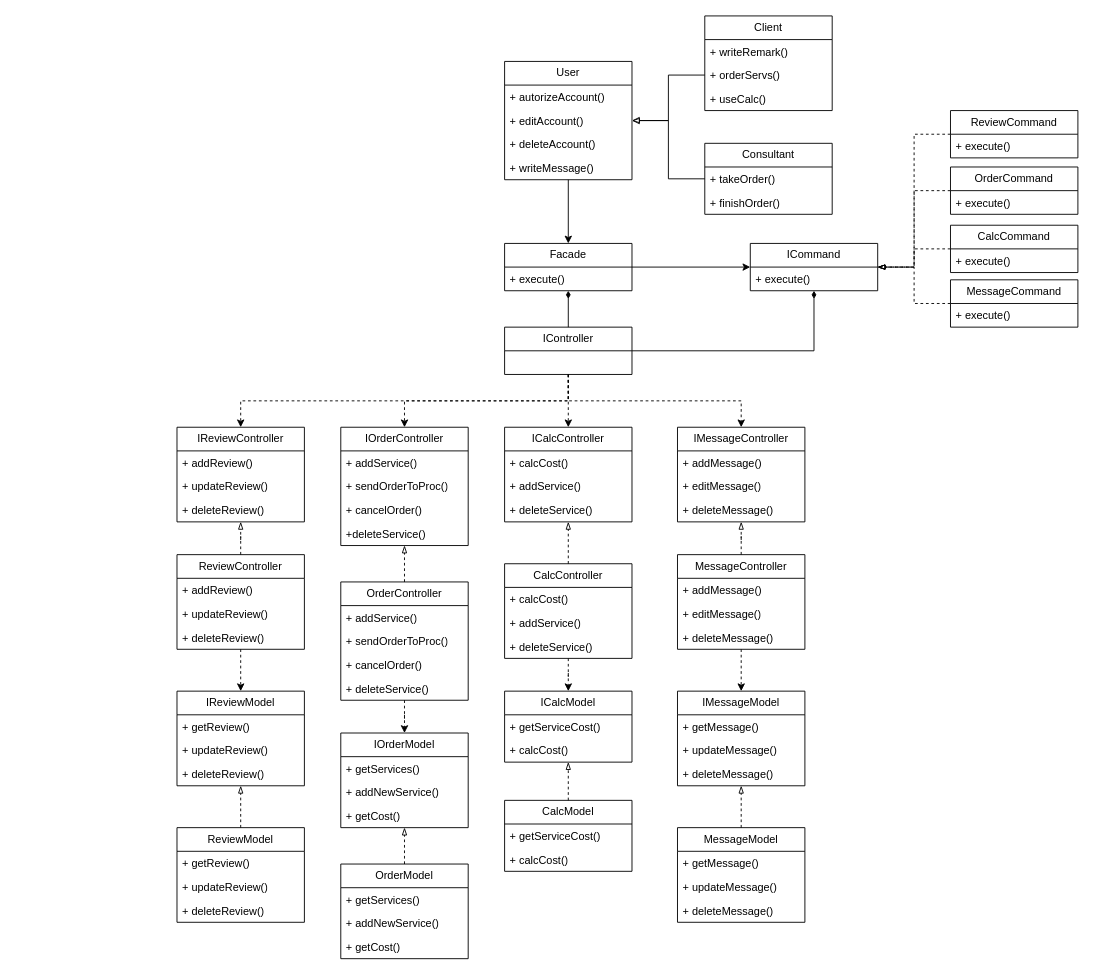
DaniilGGuY/PPO_labs keeps this draw.io diagram as doc/diagrams/classes.drawio. Above is the earlier version. Source tidied: cells renumbered, new cells numbered last; positions are measured from the earlier drawing's top-left corner, leaving out a move shared by most shapes. Both pictures are drawn from the tidied source at 91%, with x=0, y=0 at pixel (177, 15).
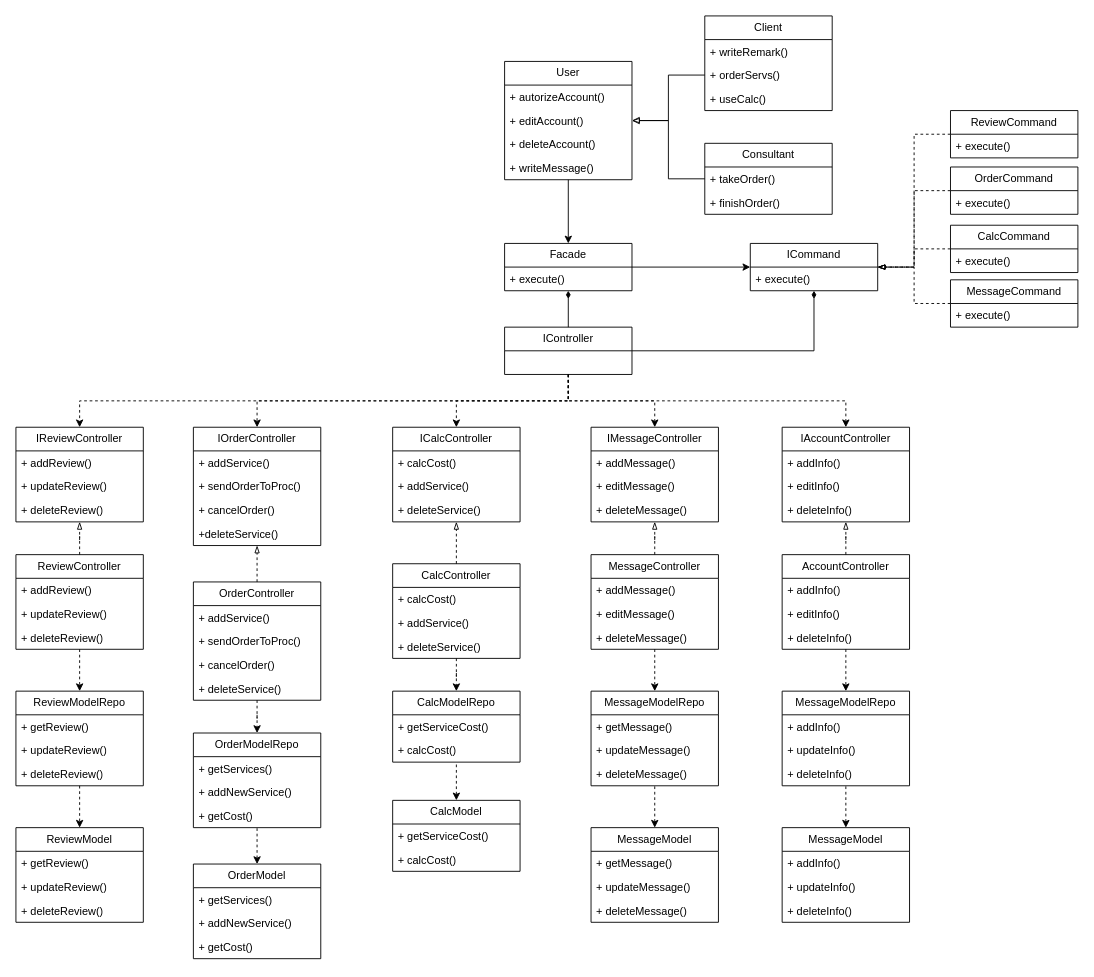
The same diagram, later.

Unchanged cells that the change refers to:
```xml
<mxCell id="21" value="IController" style="swimlane;fontStyle=0;horizontal=1;startSize=26;fillColor=none;whiteSpace=wrap;html=1;" parent="1" vertex="1">
  <mxGeometry x="360" y="342" width="140" height="52" as="geometry" />
</mxCell>
```

Change to the diagram source:
```diff
@@
+    <mxCell id="117" style="edgeStyle=orthogonalEdgeStyle;rounded=0;jettySize=auto;html=1;exitX=0.5;exitY=1;exitDx=0;exitDy=0;entryX=0.5;entryY=0;entryDx=0;entryDy=0;dashed=1;" parent="1" edge="1" source="21" target="119">
+      <mxGeometry relative="1" as="geometry" />
+    </mxCell>
@@
     <mxCell id="22" value="IReviewController" style="swimlane;fontStyle=0;horizontal=1;startSize=26;fillColor=none;whiteSpace=wrap;html=1;" parent="1" vertex="1">
-      <mxGeometry y="452" width="140" height="104" as="geometry" />
+      <mxGeometry x="-177" y="452" width="140" height="104" as="geometry" />
     </mxCell>
@@
     <mxCell id="28" value="ReviewController" style="swimlane;fontStyle=0;horizontal=1;startSize=26;fillColor=none;whiteSpace=wrap;html=1;" parent="1" vertex="1">
-      <mxGeometry y="592" width="140" height="104" as="geometry" />
+      <mxGeometry x="-177" y="592" width="140" height="104" as="geometry" />
     </mxCell>
@@
+    <mxCell id="118" style="edgeStyle=orthogonalEdgeStyle;rounded=0;jettySize=auto;html=1;dashed=1;" parent="1" edge="1" source="32" target="37">
+      <mxGeometry relative="1" as="geometry" />
+    </mxCell>
-    <mxCell id="32" value="IReviewModel" style="swimlane;fontStyle=0;horizontal=1;startSize=26;fillColor=none;whiteSpace=wrap;html=1;" parent="1" vertex="1">
-      <mxGeometry y="742" width="140" height="104" as="geometry" />
+    <mxCell id="32" value="ReviewModelRepo" style="swimlane;fontStyle=0;horizontal=1;startSize=26;fillColor=none;whiteSpace=wrap;html=1;" parent="1" vertex="1">
+      <mxGeometry x="-177" y="742" width="140" height="104" as="geometry" />
     </mxCell>
@@
-    <mxCell id="36" style="edgeStyle=orthogonalEdgeStyle;rounded=0;jettySize=auto;html=1;exitX=0.5;exitY=0;exitDx=0;exitDy=0;endArrow=blockThin;endFill=0;dashed=1;" parent="1" edge="1" source="37" target="32">
-      <mxGeometry relative="1" as="geometry" />
-    </mxCell>
     <mxCell id="37" value="ReviewModel" style="swimlane;fontStyle=0;horizontal=1;startSize=26;fillColor=none;whiteSpace=wrap;html=1;" parent="1" vertex="1">
-      <mxGeometry y="892" width="140" height="104" as="geometry" />
+      <mxGeometry x="-177" y="892" width="140" height="104" as="geometry" />
     </mxCell>
@@
     <mxCell id="41" value="IOrderController" style="swimlane;fontStyle=0;horizontal=1;startSize=26;fillColor=none;whiteSpace=wrap;html=1;" parent="1" vertex="1">
-      <mxGeometry x="180" y="452" width="140" height="130" as="geometry" />
+      <mxGeometry x="18" y="452" width="140" height="130" as="geometry" />
     </mxCell>
@@
     <mxCell id="48" value="OrderController" style="swimlane;fontStyle=0;horizontal=1;startSize=26;fillColor=none;whiteSpace=wrap;html=1;" parent="1" vertex="1">
-      <mxGeometry x="180" y="622" width="140" height="130" as="geometry" />
+      <mxGeometry x="18" y="622" width="140" height="130" as="geometry" />
     </mxCell>
@@
-    <mxCell id="53" value="IOrderModel" style="swimlane;fontStyle=0;horizontal=1;startSize=26;fillColor=none;whiteSpace=wrap;html=1;" parent="1" vertex="1">
-      <mxGeometry x="180" y="788" width="140" height="104" as="geometry" />
+    <mxCell id="53" value="OrderModelRepo" style="swimlane;fontStyle=0;horizontal=1;startSize=26;fillColor=none;whiteSpace=wrap;html=1;" parent="1" vertex="1">
+      <mxGeometry x="18" y="788" width="140" height="104" as="geometry" />
     </mxCell>
@@
-    <mxCell id="57" style="edgeStyle=orthogonalEdgeStyle;rounded=0;jettySize=auto;html=1;entryX=0.5;entryY=1;entryDx=0;entryDy=0;dashed=1;endArrow=blockThin;endFill=0;" parent="1" edge="1" source="58" target="53">
+    <mxCell id="57" style="edgeStyle=orthogonalEdgeStyle;rounded=0;jettySize=auto;html=1;entryX=0.5;entryY=1;entryDx=0;entryDy=0;dashed=1;endArrow=none;endFill=0;startArrow=classic;startFill=1;" parent="1" edge="1" source="58" target="53">
       <mxGeometry relative="1" as="geometry" />
     </mxCell>
     <mxCell id="58" value="OrderModel" style="swimlane;fontStyle=0;horizontal=1;startSize=26;fillColor=none;whiteSpace=wrap;html=1;" parent="1" vertex="1">
-      <mxGeometry x="180" y="932" width="140" height="104" as="geometry" />
+      <mxGeometry x="18" y="932" width="140" height="104" as="geometry" />
     </mxCell>
@@
     <mxCell id="62" value="ICalcController" style="swimlane;fontStyle=0;horizontal=1;startSize=26;fillColor=none;whiteSpace=wrap;html=1;" parent="1" vertex="1">
-      <mxGeometry x="360" y="452" width="140" height="104" as="geometry" />
+      <mxGeometry x="237" y="452" width="140" height="104" as="geometry" />
     </mxCell>
@@
     <mxCell id="68" value="&lt;div&gt;CalcController&lt;/div&gt;" style="swimlane;fontStyle=0;horizontal=1;startSize=26;fillColor=none;whiteSpace=wrap;html=1;" parent="1" vertex="1">
-      <mxGeometry x="360" y="602" width="140" height="104" as="geometry" />
+      <mxGeometry x="237" y="602" width="140" height="104" as="geometry" />
     </mxCell>
@@
-    <mxCell id="72" value="ICalcModel" style="swimlane;fontStyle=0;horizontal=1;startSize=26;fillColor=none;whiteSpace=wrap;html=1;" parent="1" vertex="1">
-      <mxGeometry x="360" y="742" width="140" height="78" as="geometry" />
+    <mxCell id="72" value="CalcModelRepo" style="swimlane;fontStyle=0;horizontal=1;startSize=26;fillColor=none;whiteSpace=wrap;html=1;" parent="1" vertex="1">
+      <mxGeometry x="237" y="742" width="140" height="78" as="geometry" />
     </mxCell>
@@
-    <mxCell id="75" style="edgeStyle=orthogonalEdgeStyle;rounded=0;jettySize=auto;html=1;exitX=0.5;exitY=0;exitDx=0;exitDy=0;dashed=1;endArrow=blockThin;endFill=0;" parent="1" edge="1" source="76" target="72">
+    <mxCell id="75" style="edgeStyle=orthogonalEdgeStyle;rounded=0;jettySize=auto;html=1;exitX=0.5;exitY=0;exitDx=0;exitDy=0;dashed=1;endArrow=none;endFill=0;startArrow=classic;startFill=1;" parent="1" edge="1" source="76" target="72">
       <mxGeometry relative="1" as="geometry" />
     </mxCell>
     <mxCell id="76" value="&lt;div&gt;CalcModel&lt;/div&gt;" style="swimlane;fontStyle=0;horizontal=1;startSize=26;fillColor=none;whiteSpace=wrap;html=1;" parent="1" vertex="1">
-      <mxGeometry x="360" y="862" width="140" height="78" as="geometry" />
+      <mxGeometry x="237" y="862" width="140" height="78" as="geometry" />
     </mxCell>
@@
     <mxCell id="79" value="IMessageController" style="swimlane;fontStyle=0;horizontal=1;startSize=26;fillColor=none;whiteSpace=wrap;html=1;" parent="1" vertex="1">
-      <mxGeometry x="550" y="452" width="140" height="104" as="geometry" />
+      <mxGeometry x="455" y="452" width="140" height="104" as="geometry" />
     </mxCell>
@@
     <mxCell id="85" value="MessageController" style="swimlane;fontStyle=0;horizontal=1;startSize=26;fillColor=none;whiteSpace=wrap;html=1;" parent="1" vertex="1">
-      <mxGeometry x="550" y="592" width="140" height="104" as="geometry" />
+      <mxGeometry x="455" y="592" width="140" height="104" as="geometry" />
     </mxCell>
@@
-    <mxCell id="89" value="IMessageModel" style="swimlane;fontStyle=0;horizontal=1;startSize=26;fillColor=none;whiteSpace=wrap;html=1;" parent="1" vertex="1">
-      <mxGeometry x="550" y="742" width="140" height="104" as="geometry" />
+    <mxCell id="89" value="MessageModelRepo" style="swimlane;fontStyle=0;horizontal=1;startSize=26;fillColor=none;whiteSpace=wrap;html=1;" parent="1" vertex="1">
+      <mxGeometry x="455" y="742" width="140" height="104" as="geometry" />
     </mxCell>
@@
-    <mxCell id="93" style="edgeStyle=orthogonalEdgeStyle;rounded=0;jettySize=auto;html=1;exitX=0.5;exitY=0;exitDx=0;exitDy=0;endArrow=blockThin;endFill=0;dashed=1;" parent="1" edge="1" source="94" target="89">
+    <mxCell id="93" style="edgeStyle=orthogonalEdgeStyle;rounded=0;jettySize=auto;html=1;exitX=0.5;exitY=0;exitDx=0;exitDy=0;endArrow=none;endFill=0;dashed=1;startArrow=classic;startFill=1;" parent="1" edge="1" source="94" target="89">
       <mxGeometry relative="1" as="geometry" />
     </mxCell>
     <mxCell id="94" value="MessageModel" style="swimlane;fontStyle=0;horizontal=1;startSize=26;fillColor=none;whiteSpace=wrap;html=1;" parent="1" vertex="1">
-      <mxGeometry x="550" y="892" width="140" height="104" as="geometry" />
+      <mxGeometry x="455" y="892" width="140" height="104" as="geometry" />
     </mxCell>
@@
+    <mxCell id="119" value="IAccountController" style="swimlane;fontStyle=0;horizontal=1;startSize=26;fillColor=none;whiteSpace=wrap;html=1;" parent="1" vertex="1">
+      <mxGeometry x="665" y="452" width="140" height="104" as="geometry" />
+    </mxCell>
+    <mxCell id="120" value="+ addInfo()" style="text;strokeColor=none;fillColor=none;align=left;verticalAlign=top;spacingLeft=4;spacingRight=4;overflow=hidden;whiteSpace=wrap;html=1;" parent="119" vertex="1">
+      <mxGeometry y="26" width="140" height="26" as="geometry" />
+    </mxCell>
+    <mxCell id="121" value="+ editInfo()" style="text;strokeColor=none;fillColor=none;align=left;verticalAlign=top;spacingLeft=4;spacingRight=4;overflow=hidden;whiteSpace=wrap;html=1;" parent="119" vertex="1">
+      <mxGeometry y="52" width="140" height="26" as="geometry" />
+    </mxCell>
+    <mxCell id="122" value="+ deleteInfo()" style="text;strokeColor=none;fillColor=none;align=left;verticalAlign=top;spacingLeft=4;spacingRight=4;overflow=hidden;whiteSpace=wrap;html=1;" parent="119" vertex="1">
+      <mxGeometry y="78" width="140" height="26" as="geometry" />
+    </mxCell>
+    <mxCell id="123" style="edgeStyle=orthogonalEdgeStyle;rounded=0;jettySize=auto;html=1;exitX=0.5;exitY=0;exitDx=0;exitDy=0;dashed=1;endArrow=blockThin;endFill=0;" parent="1" edge="1" source="125" target="119">
+      <mxGeometry relative="1" as="geometry" />
+    </mxCell>
+    <mxCell id="124" style="edgeStyle=orthogonalEdgeStyle;rounded=0;jettySize=auto;html=1;exitX=0.5;exitY=1;exitDx=0;exitDy=0;dashed=1;" parent="1" edge="1" source="125" target="129">
+      <mxGeometry relative="1" as="geometry" />
+    </mxCell>
+    <mxCell id="125" value="AccountController" style="swimlane;fontStyle=0;horizontal=1;startSize=26;fillColor=none;whiteSpace=wrap;html=1;" parent="1" vertex="1">
+      <mxGeometry x="665" y="592" width="140" height="104" as="geometry" />
+    </mxCell>
+    <mxCell id="126" value="+ addInfo()" style="text;strokeColor=none;fillColor=none;align=left;verticalAlign=top;spacingLeft=4;spacingRight=4;overflow=hidden;whiteSpace=wrap;html=1;" parent="125" vertex="1">
+      <mxGeometry y="26" width="140" height="26" as="geometry" />
+    </mxCell>
+    <mxCell id="127" value="+ editInfo()" style="text;strokeColor=none;fillColor=none;align=left;verticalAlign=top;spacingLeft=4;spacingRight=4;overflow=hidden;whiteSpace=wrap;html=1;" parent="125" vertex="1">
+      <mxGeometry y="52" width="140" height="26" as="geometry" />
+    </mxCell>
+    <mxCell id="128" value="+ deleteInfo()" style="text;strokeColor=none;fillColor=none;align=left;verticalAlign=top;spacingLeft=4;spacingRight=4;overflow=hidden;whiteSpace=wrap;html=1;" parent="125" vertex="1">
+      <mxGeometry y="78" width="140" height="26" as="geometry" />
+    </mxCell>
+    <mxCell id="129" value="MessageModelRepo" style="swimlane;fontStyle=0;horizontal=1;startSize=26;fillColor=none;whiteSpace=wrap;html=1;" parent="1" vertex="1">
+      <mxGeometry x="665" y="742" width="140" height="104" as="geometry" />
+    </mxCell>
+    <mxCell id="130" value="+ addInfo()" style="text;strokeColor=none;fillColor=none;align=left;verticalAlign=top;spacingLeft=4;spacingRight=4;overflow=hidden;whiteSpace=wrap;html=1;" parent="129" vertex="1">
+      <mxGeometry y="26" width="140" height="26" as="geometry" />
+    </mxCell>
+    <mxCell id="131" value="+ updateInfo()" style="text;strokeColor=none;fillColor=none;align=left;verticalAlign=top;spacingLeft=4;spacingRight=4;overflow=hidden;whiteSpace=wrap;html=1;" parent="129" vertex="1">
+      <mxGeometry y="52" width="140" height="26" as="geometry" />
+    </mxCell>
+    <mxCell id="132" value="+ deleteInfo()" style="text;strokeColor=none;fillColor=none;align=left;verticalAlign=top;spacingLeft=4;spacingRight=4;overflow=hidden;whiteSpace=wrap;html=1;" parent="129" vertex="1">
+      <mxGeometry y="78" width="140" height="26" as="geometry" />
+    </mxCell>
+    <mxCell id="133" style="edgeStyle=orthogonalEdgeStyle;rounded=0;jettySize=auto;html=1;exitX=0.5;exitY=0;exitDx=0;exitDy=0;endArrow=none;endFill=0;dashed=1;startArrow=classic;startFill=1;" parent="1" edge="1" source="134" target="129">
+      <mxGeometry relative="1" as="geometry" />
+    </mxCell>
+    <mxCell id="134" value="MessageModel" style="swimlane;fontStyle=0;horizontal=1;startSize=26;fillColor=none;whiteSpace=wrap;html=1;" parent="1" vertex="1">
+      <mxGeometry x="665" y="892" width="140" height="104" as="geometry" />
+    </mxCell>
+    <mxCell id="135" value="+ addInfo()" style="text;strokeColor=none;fillColor=none;align=left;verticalAlign=top;spacingLeft=4;spacingRight=4;overflow=hidden;whiteSpace=wrap;html=1;" parent="134" vertex="1">
+      <mxGeometry y="26" width="140" height="26" as="geometry" />
+    </mxCell>
+    <mxCell id="136" value="+ updateInfo()" style="text;strokeColor=none;fillColor=none;align=left;verticalAlign=top;spacingLeft=4;spacingRight=4;overflow=hidden;whiteSpace=wrap;html=1;" parent="134" vertex="1">
+      <mxGeometry y="52" width="140" height="26" as="geometry" />
+    </mxCell>
+    <mxCell id="137" value="+ deleteInfo()" style="text;strokeColor=none;fillColor=none;align=left;verticalAlign=top;spacingLeft=4;spacingRight=4;overflow=hidden;whiteSpace=wrap;html=1;" parent="134" vertex="1">
+      <mxGeometry y="78" width="140" height="26" as="geometry" />
+    </mxCell>
```
